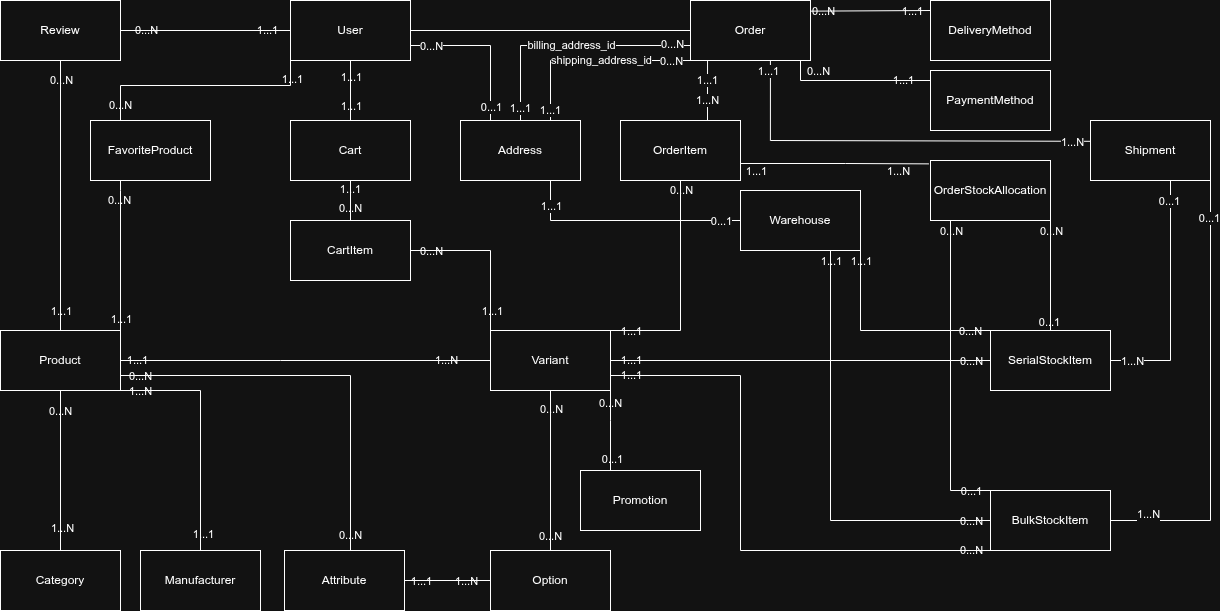
This is lesson-8/new-modified-diagram-erd/new-modified-diagram-erd.png from Skiperpol/projektowanie-baz-danych, a draw.io export, as it was before one commit. Source tidied: cells renumbered, new cells last; positions are measured from the earlier drawing's top-left corner, leaving out a move shared by most shapes.
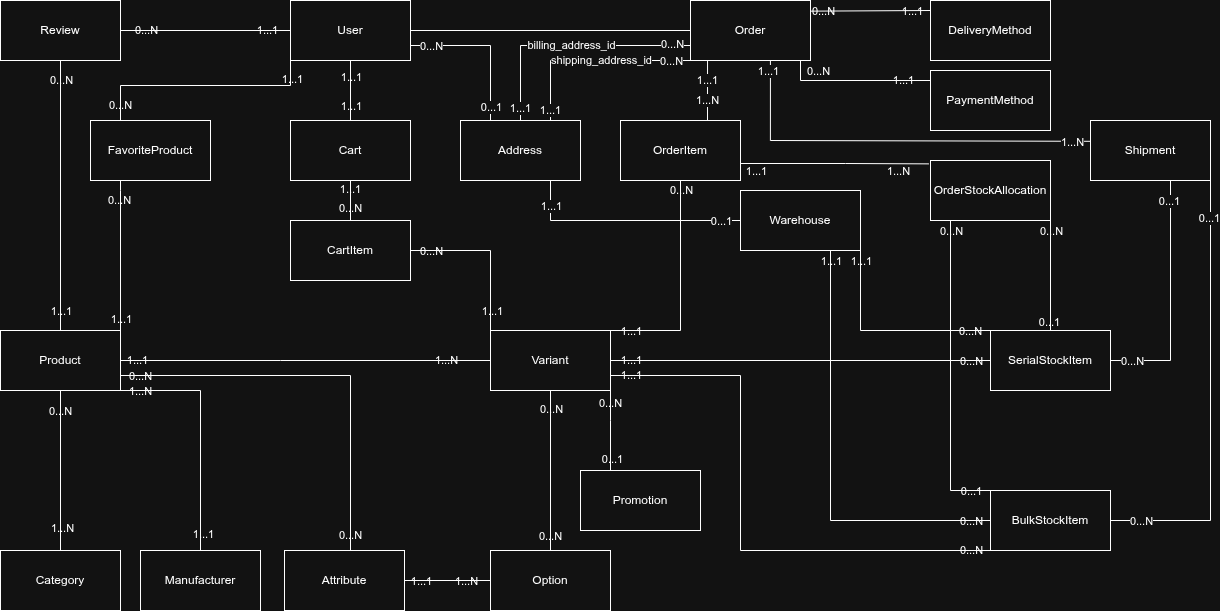
The same file after the commit.

Commit message:
chore: update ERD diagram and regenerate PNG file with latest changes

Change to the diagram source:
```diff
@@ -367,7 +367,7 @@
         </Array>
       </mxGeometry>
     </mxCell>
-    <mxCell id="88" value="1...N" style="edgeLabel;html=1;align=center;verticalAlign=middle;" parent="87" vertex="1">
+    <mxCell id="88" value="0...N" style="edgeLabel;html=1;align=center;verticalAlign=middle;" parent="87" vertex="1">
       <mxGeometry x="0.83" relative="1" as="geometry" />
     </mxCell>
     <mxCell id="89" value="0...1" style="edgeLabel;html=1;align=center;verticalAlign=middle;" parent="87" vertex="1">
@@ -457,9 +457,9 @@
         </Array>
       </mxGeometry>
     </mxCell>
-    <mxCell id="110" value="1...N" style="edgeLabel;html=1;align=center;verticalAlign=middle;" parent="109" vertex="1">
+    <mxCell id="110" value="0...N" style="edgeLabel;html=1;align=center;verticalAlign=middle;" parent="109" vertex="1">
       <mxGeometry x="0.83" relative="1" as="geometry">
-        <mxPoint y="-7" as="offset" />
+        <mxPoint x="-7" as="offset" />
       </mxGeometry>
     </mxCell>
     <mxCell id="111" value="0...1" style="edgeLabel;html=1;align=center;verticalAlign=middle;" parent="109" vertex="1">
```
